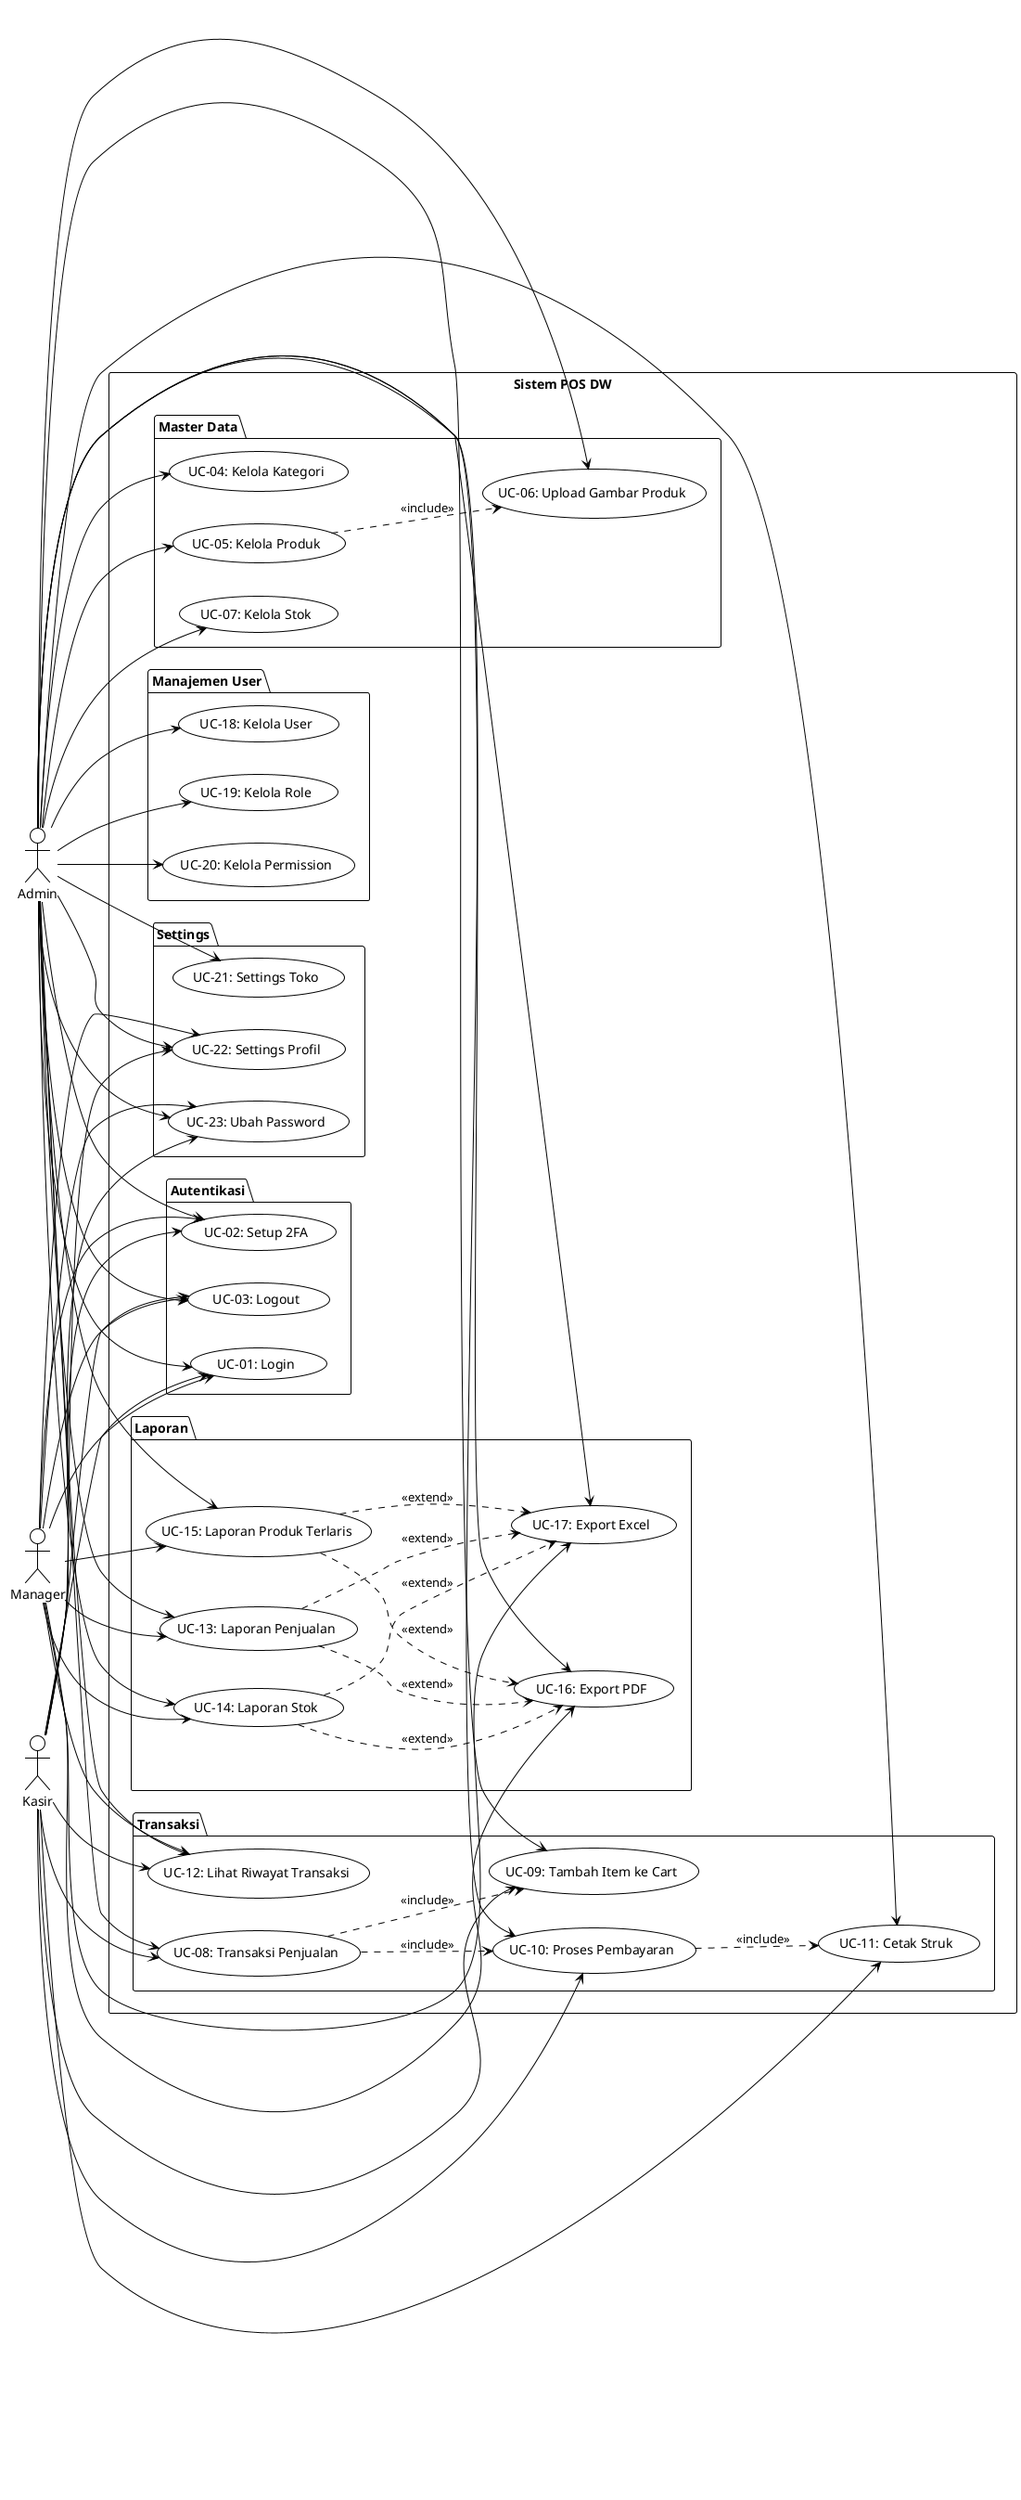
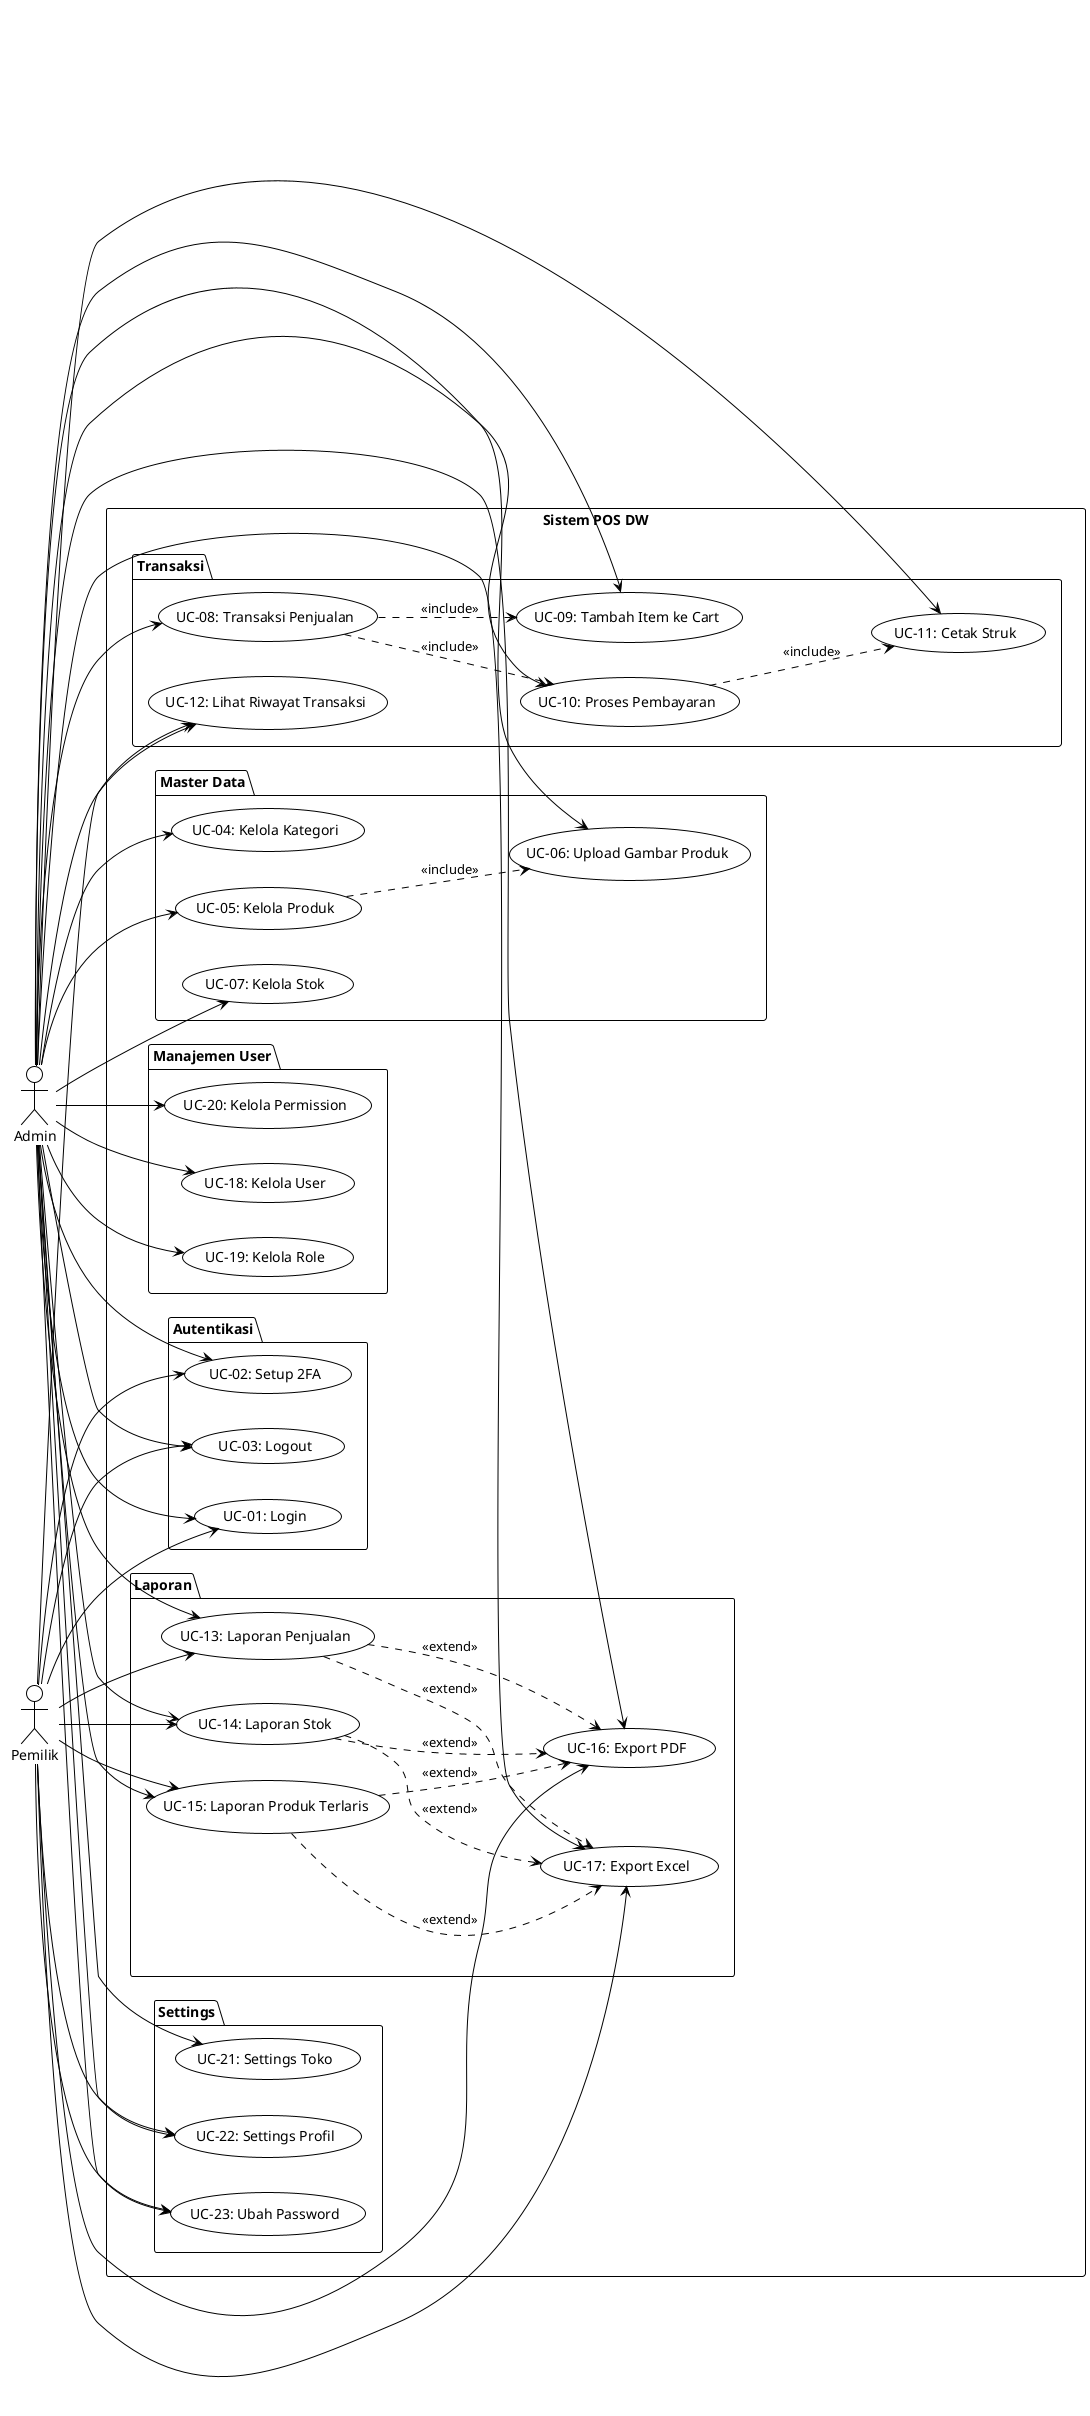
@startuml usecase-diagram
!theme plain
skinparam backgroundColor #FFFFFF

left to right direction

actor "Admin" as admin
- actor "Kasir" as kasir
- actor "Manager" as manager
+ actor "Pemilik" as pemilik

rectangle "Sistem POS DW" {

  package "Autentikasi" {
    usecase "UC-01: Login" as UC01
    usecase "UC-02: Setup 2FA" as UC02
    usecase "UC-03: Logout" as UC03
  }

  package "Master Data" {
    usecase "UC-04: Kelola Kategori" as UC04
    usecase "UC-05: Kelola Produk" as UC05
    usecase "UC-06: Upload Gambar Produk" as UC06
    usecase "UC-07: Kelola Stok" as UC07
  }

  package "Transaksi" {
    usecase "UC-08: Transaksi Penjualan" as UC08
    usecase "UC-09: Tambah Item ke Cart" as UC09
    usecase "UC-10: Proses Pembayaran" as UC10
    usecase "UC-11: Cetak Struk" as UC11
    usecase "UC-12: Lihat Riwayat Transaksi" as UC12
  }

  package "Laporan" {
    usecase "UC-13: Laporan Penjualan" as UC13
    usecase "UC-14: Laporan Stok" as UC14
    usecase "UC-15: Laporan Produk Terlaris" as UC15
    usecase "UC-16: Export PDF" as UC16
    usecase "UC-17: Export Excel" as UC17
  }

  package "Manajemen User" {
    usecase "UC-18: Kelola User" as UC18
    usecase "UC-19: Kelola Role" as UC19
    usecase "UC-20: Kelola Permission" as UC20
  }

  package "Settings" {
    usecase "UC-21: Settings Toko" as UC21
    usecase "UC-22: Settings Profil" as UC22
    usecase "UC-23: Ubah Password" as UC23
  }
}

' Admin relationships
admin --> UC01
admin --> UC02
admin --> UC03
admin --> UC04
admin --> UC05
admin --> UC06
admin --> UC07
admin --> UC08
admin --> UC09
admin --> UC10
admin --> UC11
admin --> UC12
admin --> UC13
admin --> UC14
admin --> UC15
admin --> UC16
admin --> UC17
admin --> UC18
admin --> UC19
admin --> UC20
admin --> UC21
admin --> UC22
admin --> UC23

- ' Kasir relationships
- kasir --> UC01
- kasir --> UC02
- kasir --> UC03
- kasir --> UC08
- kasir --> UC09
- kasir --> UC10
- kasir --> UC11
- kasir --> UC12
- kasir --> UC22
- kasir --> UC23
- 
- ' Manager relationships
- manager --> UC01
- manager --> UC02
- manager --> UC03
- manager --> UC12
- manager --> UC13
- manager --> UC14
- manager --> UC15
- manager --> UC16
- manager --> UC17
- manager --> UC22
- manager --> UC23
+ ' Pemilik relationships
+ pemilik --> UC01
+ pemilik --> UC02
+ pemilik --> UC03
+ pemilik --> UC12
+ pemilik --> UC13
+ pemilik --> UC14
+ pemilik --> UC15
+ pemilik --> UC16
+ pemilik --> UC17
+ pemilik --> UC22
+ pemilik --> UC23

' Include relationships
UC08 ..> UC09 : <<include>>
UC08 ..> UC10 : <<include>>
UC10 ..> UC11 : <<include>>
UC05 ..> UC06 : <<include>>
UC13 ..> UC16 : <<extend>>
UC13 ..> UC17 : <<extend>>
UC14 ..> UC16 : <<extend>>
UC14 ..> UC17 : <<extend>>
UC15 ..> UC16 : <<extend>>
UC15 ..> UC17 : <<extend>>

@enduml
